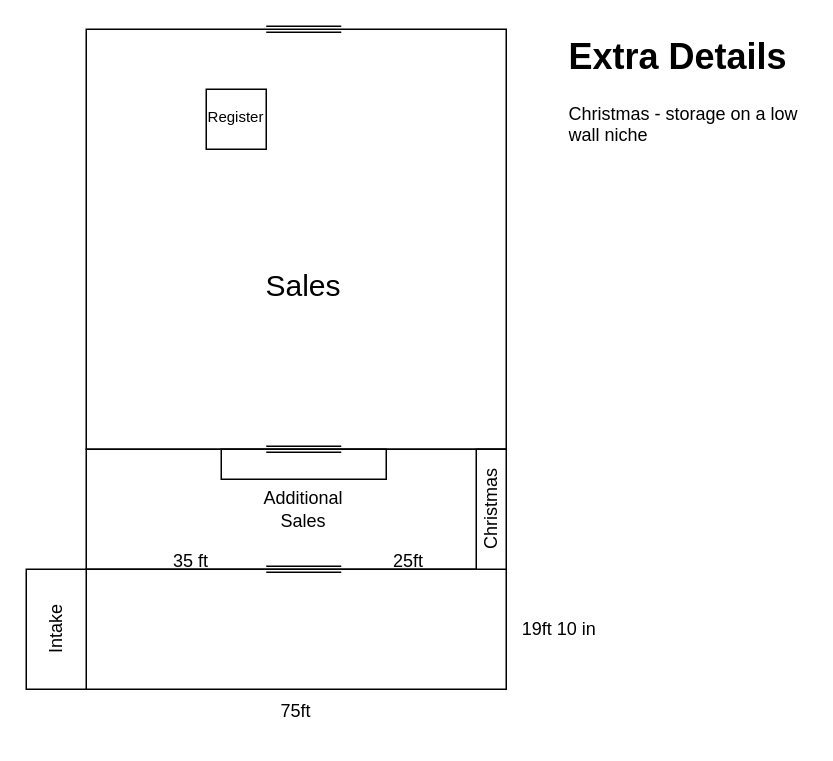
This is page "Store_Layout_Base" (1 of 3) of selma_roots_diagrams.drawio from evanpaddock/Selma_Roots, a draw.io file, before an edit. Source tidied: cells renumbered, new cells numbered last; positions are measured from the earlier drawing's top-left corner, leaving out a move shared by most shapes. Both pictures are drawn from the tidied source at 150%, with x=0, y=0 at pixel (10, 26).
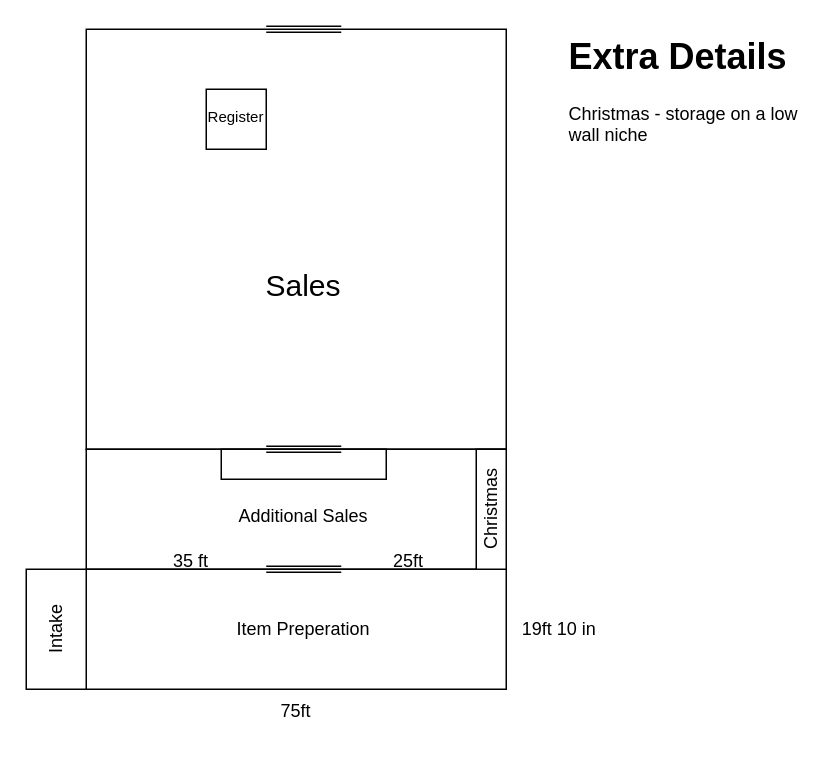
The same diagram, later.

Change to the diagram source:
```diff
@@
     <mxCell id="21" value="Additional Sales" style="text;html=1;align=center;verticalAlign=middle;whiteSpace=wrap;rounded=0;" parent="1" vertex="1">
-      <mxGeometry x="165" y="307" width="60" height="30" as="geometry" />
+      <mxGeometry x="150" y="312" width="90" height="30" as="geometry" />
     </mxCell>
+    <mxCell id="22" value="Item Preperation" style="text;html=1;align=center;verticalAlign=middle;whiteSpace=wrap;rounded=0;" parent="1" vertex="1">
+      <mxGeometry x="120" y="387" width="150" height="30" as="geometry" />
+    </mxCell>
```
